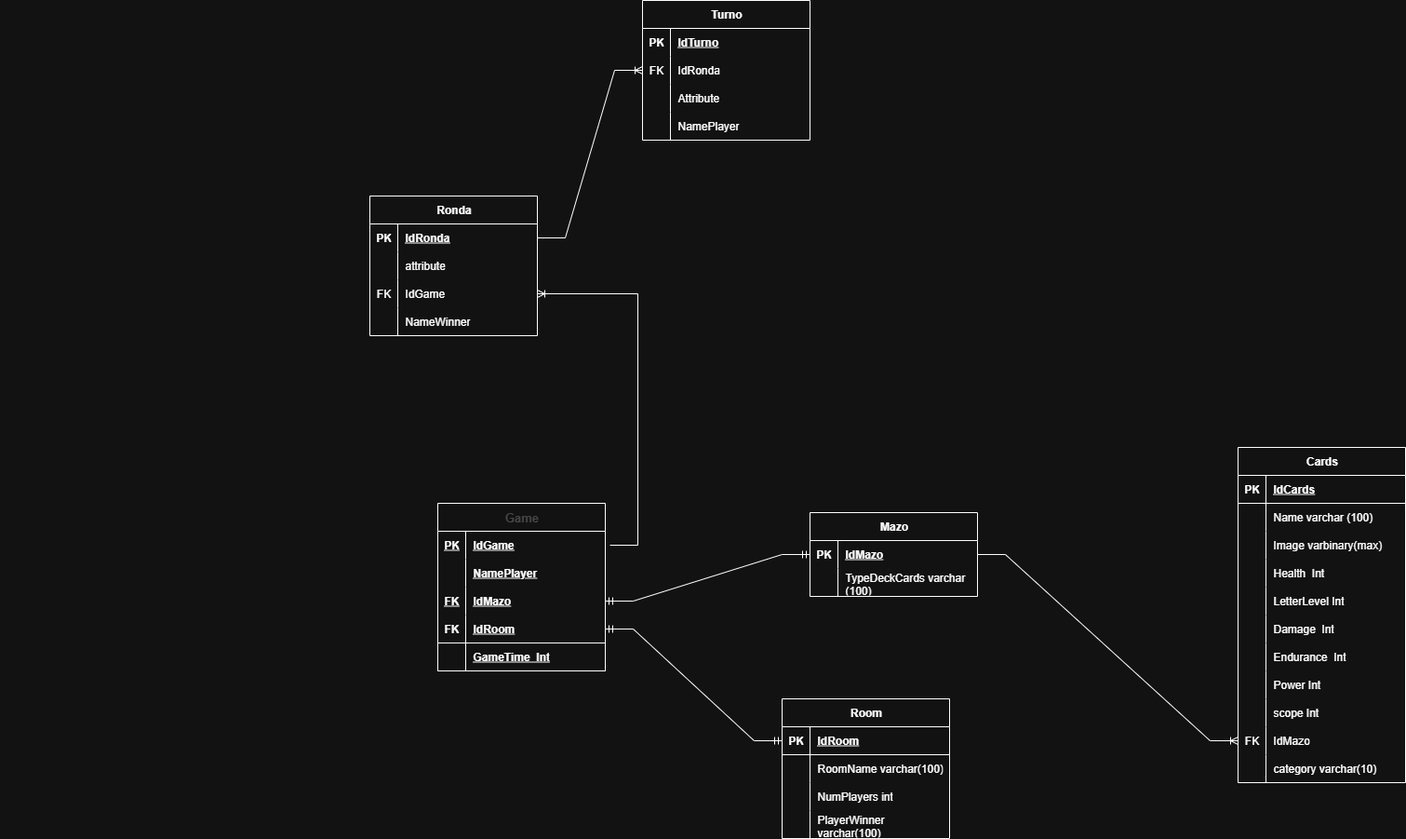
This is Documentacion/Diagramas-Mer.drawio.png from JuanCarlosJC-20/Bootcamp-Proyecto, a draw.io export, as it was before one commit. Source tidied: cells renumbered, new cells last; positions are measured from the earlier drawing's top-left corner, leaving out a move shared by most shapes.
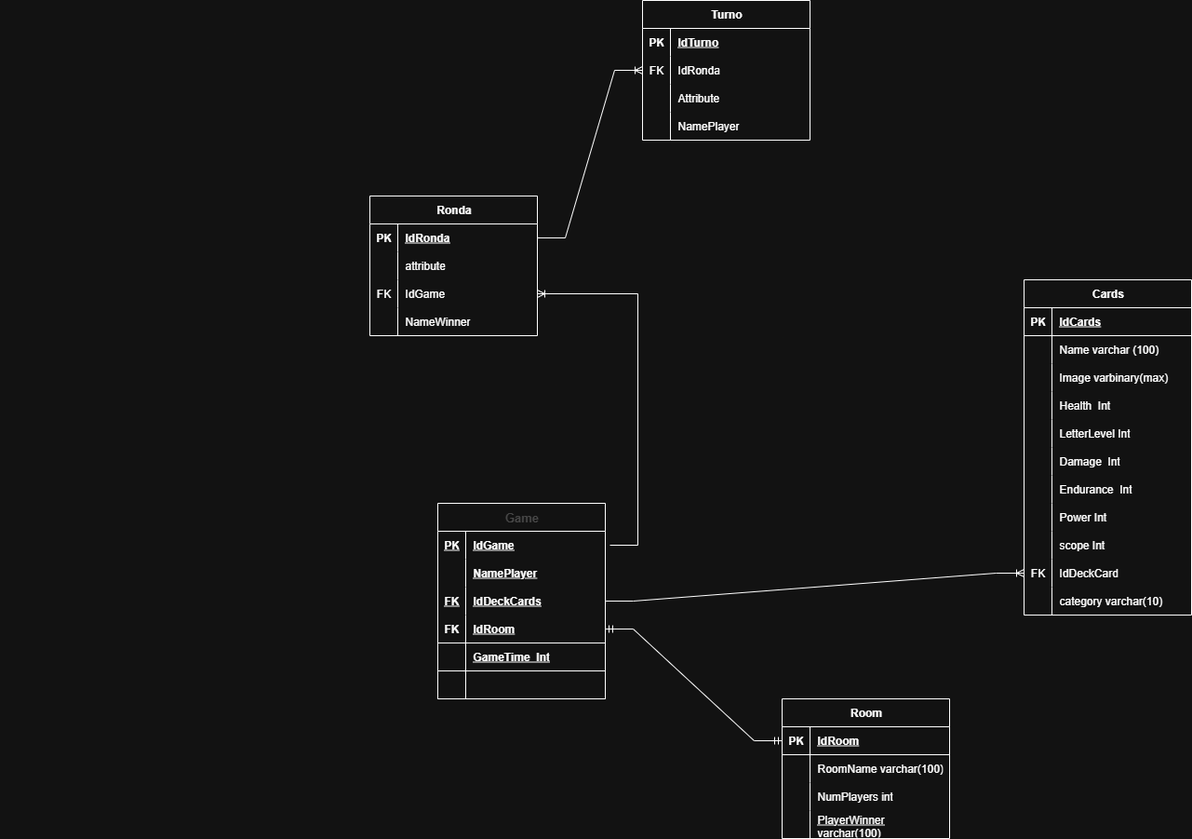
After the change.

What changed in the source:
```diff
@@ -23,26 +23,26 @@
     <mxCell id="8" value="RoomName varchar(100)" style="shape=partialRectangle;fillColor=none;top=0;left=0;bottom=0;right=0;align=left;spacingLeft=6;overflow=hidden;whiteSpace=wrap;html=1;" parent="6" vertex="1">
       <mxGeometry x="30" width="150" height="30" as="geometry" />
     </mxCell>
+    <mxCell id="108" style="shape=tableRow;horizontal=0;startSize=0;swimlaneHead=0;swimlaneBody=0;fillColor=none;top=0;left=0;right=0;bottom=0;" parent="2" vertex="1">
+      <mxGeometry y="90" width="180" height="30" as="geometry" />
+    </mxCell>
+    <mxCell id="109" style="shape=partialRectangle;fillColor=none;top=0;left=0;bottom=0;right=0;overflow=hidden;whiteSpace=wrap;html=1;" parent="108" vertex="1">
+      <mxGeometry width="30" height="30" as="geometry" />
+    </mxCell>
+    <mxCell id="110" value="NumPlayers int" style="shape=partialRectangle;fillColor=none;top=0;left=0;bottom=0;right=0;align=left;spacingLeft=6;overflow=hidden;whiteSpace=wrap;html=1;" parent="108" vertex="1">
+      <mxGeometry x="30" width="150" height="30" as="geometry" />
+    </mxCell>
     <mxCell id="9" style="shape=tableRow;horizontal=0;startSize=0;swimlaneHead=0;swimlaneBody=0;fillColor=none;top=0;left=0;right=0;bottom=0;" parent="2" vertex="1">
-      <mxGeometry y="90" width="180" height="30" as="geometry" />
+      <mxGeometry y="120" width="180" height="30" as="geometry" />
     </mxCell>
     <mxCell id="10" style="shape=partialRectangle;fillColor=none;top=0;left=0;bottom=0;right=0;overflow=hidden;whiteSpace=wrap;html=1;" parent="9" vertex="1">
       <mxGeometry width="30" height="30" as="geometry" />
     </mxCell>
-    <mxCell id="11" value="NumPlayers int" style="shape=partialRectangle;fillColor=none;top=0;left=0;bottom=0;right=0;align=left;spacingLeft=6;overflow=hidden;whiteSpace=wrap;html=1;" parent="9" vertex="1">
+    <mxCell id="11" value="&lt;span style=&quot;text-decoration-line: underline;&quot;&gt;PlayerWinner varchar(100)&lt;/span&gt;" style="shape=partialRectangle;fillColor=none;top=0;left=0;bottom=0;right=0;align=left;spacingLeft=6;overflow=hidden;whiteSpace=wrap;html=1;" parent="9" vertex="1">
       <mxGeometry x="30" width="150" height="30" as="geometry" />
     </mxCell>
-    <mxCell id="12" style="shape=tableRow;horizontal=0;startSize=0;swimlaneHead=0;swimlaneBody=0;fillColor=none;top=0;left=0;right=0;bottom=0;" parent="2" vertex="1">
-      <mxGeometry y="120" width="180" height="30" as="geometry" />
-    </mxCell>
-    <mxCell id="13" style="shape=partialRectangle;fillColor=none;top=0;left=0;bottom=0;right=0;overflow=hidden;whiteSpace=wrap;html=1;" parent="12" vertex="1">
-      <mxGeometry width="30" height="30" as="geometry" />
-    </mxCell>
-    <mxCell id="14" value="PlayerWinner varchar(100)" style="shape=partialRectangle;fillColor=none;top=0;left=0;bottom=0;right=0;align=left;spacingLeft=6;overflow=hidden;whiteSpace=wrap;html=1;" parent="12" vertex="1">
-      <mxGeometry x="30" width="150" height="30" as="geometry" />
-    </mxCell>
     <mxCell id="15" value="Cards" style="shape=table;startSize=30;rowLines=0;fontStyle=1;align=center;html=1;" parent="1" vertex="1">
-      <mxGeometry x="1330" y="480" width="180" height="360" as="geometry" />
+      <mxGeometry x="1100" y="300" width="180" height="360" as="geometry" />
     </mxCell>
     <mxCell id="16" style="shape=tableRow;horizontal=0;startSize=0;swimlaneHead=0;swimlaneBody=0;fillColor=none;top=0;left=0;right=0;bottom=1;" parent="15" vertex="1">
       <mxGeometry y="30" width="180" height="30" as="geometry" />
@@ -131,7 +131,7 @@
     <mxCell id="44" value="FK" style="shape=partialRectangle;fillColor=none;top=0;left=0;bottom=0;right=0;overflow=hidden;whiteSpace=wrap;html=1;" parent="43" vertex="1">
       <mxGeometry width="30" height="30" as="geometry" />
     </mxCell>
-    <mxCell id="45" value="IdMazo" style="shape=partialRectangle;fillColor=none;top=0;left=0;bottom=0;right=0;align=left;spacingLeft=6;overflow=hidden;whiteSpace=wrap;html=1;" parent="43" vertex="1">
+    <mxCell id="45" value="IdDeckCard" style="shape=partialRectangle;fillColor=none;top=0;left=0;bottom=0;right=0;align=left;spacingLeft=6;overflow=hidden;whiteSpace=wrap;html=1;" parent="43" vertex="1">
       <mxGeometry x="30" width="150" height="30" as="geometry" />
     </mxCell>
     <mxCell id="46" style="shape=tableRow;horizontal=0;startSize=0;swimlaneHead=0;swimlaneBody=0;fillColor=none;top=0;left=0;right=0;bottom=0;" parent="15" vertex="1">
@@ -144,7 +144,7 @@
       <mxGeometry x="30" width="150" height="30" as="geometry" />
     </mxCell>
     <mxCell id="49" value="&lt;font color=&quot;#c1c1c1&quot;&gt;&lt;span style=&quot;font-size: 13px; text-wrap-mode: wrap;&quot;&gt;Game&lt;/span&gt;&lt;/font&gt;" style="shape=table;startSize=30;rowLines=0;fontStyle=1;align=center;html=1;" parent="1" vertex="1">
-      <mxGeometry x="470" y="540" width="180" height="180" as="geometry" />
+      <mxGeometry x="470" y="540" width="180" height="210" as="geometry" />
     </mxCell>
     <mxCell id="50" style="shape=tableRow;horizontal=0;startSize=0;swimlaneHead=0;swimlaneBody=0;fillColor=none;top=0;left=0;right=0;bottom=0;" parent="49" vertex="1">
       <mxGeometry y="30" width="180" height="30" as="geometry" />
@@ -170,7 +170,7 @@
     <mxCell id="57" value="&lt;b&gt;&lt;u&gt;FK&lt;/u&gt;&lt;/b&gt;" style="shape=partialRectangle;fillColor=none;top=0;left=0;bottom=0;right=0;overflow=hidden;whiteSpace=wrap;html=1;" parent="56" vertex="1">
       <mxGeometry width="30" height="30" as="geometry" />
     </mxCell>
-    <mxCell id="58" value="&lt;b&gt;&lt;u&gt;IdMazo&lt;/u&gt;&lt;/b&gt;" style="shape=partialRectangle;fillColor=none;top=0;left=0;bottom=0;right=0;align=left;spacingLeft=6;overflow=hidden;whiteSpace=wrap;html=1;" parent="56" vertex="1">
+    <mxCell id="58" value="&lt;b&gt;&lt;u&gt;IdDeckCards&lt;/u&gt;&lt;/b&gt;" style="shape=partialRectangle;fillColor=none;top=0;left=0;bottom=0;right=0;align=left;spacingLeft=6;overflow=hidden;whiteSpace=wrap;html=1;" parent="56" vertex="1">
       <mxGeometry x="30" width="150" height="30" as="geometry" />
     </mxCell>
     <mxCell id="59" style="shape=tableRow;horizontal=0;startSize=0;swimlaneHead=0;swimlaneBody=0;fillColor=none;points=[[0,0.5],[1,0.5]];portConstraint=eastwest;top=0;left=0;right=0;bottom=1;" parent="49" vertex="1">
@@ -191,27 +191,15 @@
     <mxCell id="64" value="GameTime&amp;nbsp; Int" style="shape=partialRectangle;fillColor=none;top=0;left=0;bottom=0;right=0;align=left;spacingLeft=6;fontStyle=5;overflow=hidden;whiteSpace=wrap;html=1;" parent="62" vertex="1">
       <mxGeometry x="30" width="150" height="30" as="geometry" />
     </mxCell>
-    <mxCell id="65" value="Mazo" style="shape=table;startSize=30;rowLines=0;fontStyle=1;align=center;html=1;" parent="1" vertex="1">
-      <mxGeometry x="870" y="550" width="180" height="90" as="geometry" />
-    </mxCell>
-    <mxCell id="66" style="shape=tableRow;horizontal=0;startSize=0;swimlaneHead=0;swimlaneBody=0;fillColor=none;points=[[0,0.5],[1,0.5]];portConstraint=eastwest;top=0;left=0;right=0;bottom=0;" parent="65" vertex="1">
-      <mxGeometry y="30" width="180" height="30" as="geometry" />
-    </mxCell>
-    <mxCell id="67" value="&lt;b&gt;PK&lt;/b&gt;" style="shape=partialRectangle;fillColor=none;top=0;left=0;bottom=0;right=0;overflow=hidden;whiteSpace=wrap;html=1;" parent="66" vertex="1">
-      <mxGeometry width="30" height="30" as="geometry" />
-    </mxCell>
-    <mxCell id="68" value="&lt;b&gt;&lt;u&gt;IdMazo&lt;/u&gt;&lt;/b&gt;" style="shape=partialRectangle;fillColor=none;top=0;left=0;bottom=0;right=0;align=left;spacingLeft=6;overflow=hidden;whiteSpace=wrap;html=1;" parent="66" vertex="1">
-      <mxGeometry x="30" width="150" height="30" as="geometry" />
-    </mxCell>
-    <mxCell id="69" style="shape=tableRow;horizontal=0;startSize=0;swimlaneHead=0;swimlaneBody=0;fillColor=none;top=0;left=0;right=0;bottom=0;" parent="65" vertex="1">
-      <mxGeometry y="60" width="180" height="30" as="geometry" />
-    </mxCell>
-    <mxCell id="70" style="shape=partialRectangle;fillColor=none;top=0;left=0;bottom=0;right=0;overflow=hidden;whiteSpace=wrap;html=1;" parent="69" vertex="1">
-      <mxGeometry width="30" height="30" as="geometry" />
-    </mxCell>
-    <mxCell id="71" value="TypeDeckCards varchar (100)" style="shape=partialRectangle;fillColor=none;top=0;left=0;bottom=0;right=0;align=left;spacingLeft=6;overflow=hidden;whiteSpace=wrap;html=1;" parent="69" vertex="1">
-      <mxGeometry x="30" width="150" height="30" as="geometry" />
-    </mxCell>
+    <mxCell id="111" style="shape=tableRow;horizontal=0;startSize=0;swimlaneHead=0;swimlaneBody=0;fillColor=none;top=0;left=0;right=0;bottom=1;" parent="49" vertex="1">
+      <mxGeometry y="180" width="180" height="30" as="geometry" />
+    </mxCell>
+    <mxCell id="112" style="shape=partialRectangle;fillColor=none;top=0;left=0;bottom=0;right=0;fontStyle=1;overflow=hidden;whiteSpace=wrap;html=1;" parent="111" vertex="1">
+      <mxGeometry width="30" height="30" as="geometry" />
+    </mxCell>
+    <mxCell id="113" style="shape=partialRectangle;fillColor=none;top=0;left=0;bottom=0;right=0;align=left;spacingLeft=6;fontStyle=5;overflow=hidden;whiteSpace=wrap;html=1;" parent="111" vertex="1">
+      <mxGeometry x="30" width="150" height="30" as="geometry" />
+    </mxCell>
     <mxCell id="72" style="shape=tableRow;horizontal=0;startSize=0;swimlaneHead=0;swimlaneBody=0;fillColor=none;top=0;left=0;right=0;bottom=0;" parent="1" vertex="1">
       <mxGeometry y="770" width="180" height="30" as="geometry" />
     </mxCell>
@@ -221,12 +209,9 @@
     <mxCell id="74" style="shape=partialRectangle;fillColor=none;top=0;left=0;bottom=0;right=0;overflow=hidden;whiteSpace=wrap;html=1;" parent="73" vertex="1">
       <mxGeometry width="30" height="30" as="geometry" />
     </mxCell>
-    <mxCell id="75" style="edgeStyle=entityRelationEdgeStyle;fontSize=12;html=1;endArrow=ERoneToMany;rounded=0;exitX=1;exitY=0.5;exitDx=0;exitDy=0;entryX=0;entryY=0.5;entryDx=0;entryDy=0;" parent="1" edge="1" source="66" target="43">
+    <mxCell id="75" style="edgeStyle=entityRelationEdgeStyle;fontSize=12;html=1;endArrow=ERoneToMany;rounded=0;exitX=1;exitY=0.5;exitDx=0;exitDy=0;entryX=0;entryY=0.5;entryDx=0;entryDy=0;" parent="1" edge="1" source="56" target="43">
       <mxGeometry relative="1" as="geometry" />
     </mxCell>
-    <mxCell id="76" style="edgeStyle=entityRelationEdgeStyle;fontSize=12;html=1;endArrow=ERmandOne;startArrow=ERmandOne;rounded=0;exitX=1;exitY=0.5;exitDx=0;exitDy=0;entryX=0;entryY=0.5;entryDx=0;entryDy=0;" parent="1" edge="1" source="56" target="66">
-      <mxGeometry relative="1" as="geometry" />
-    </mxCell>
     <mxCell id="77" style="edgeStyle=entityRelationEdgeStyle;fontSize=12;html=1;endArrow=ERmandOne;startArrow=ERmandOne;rounded=0;entryX=0;entryY=0.5;entryDx=0;entryDy=0;exitX=1;exitY=0.5;exitDx=0;exitDy=0;" parent="1" edge="1" source="59" target="3">
       <mxGeometry relative="1" as="geometry" />
     </mxCell>
```
